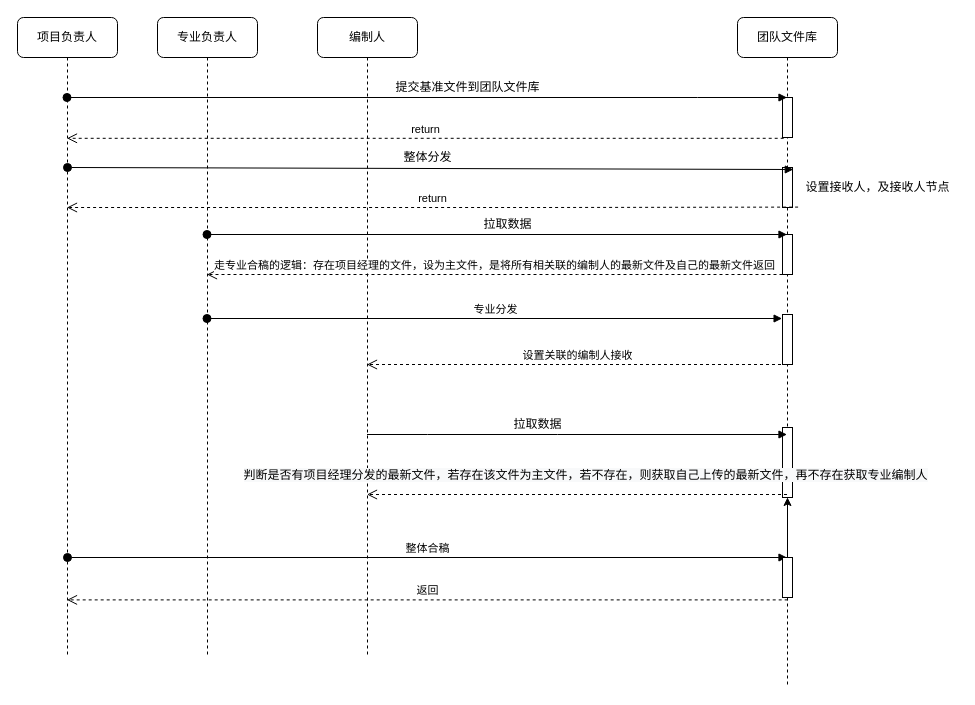
Above: 面试/Untitled Diagram.drawio in 986023997/learn (draw.io), before the change. Source tidied: cells renumbered, new cells numbered last; positions are measured from the earlier drawing's top-left corner, leaving out a move shared by most shapes. Both pictures are drawn from the tidied source at 100%, with x=0, y=0 at pixel (17, 17).
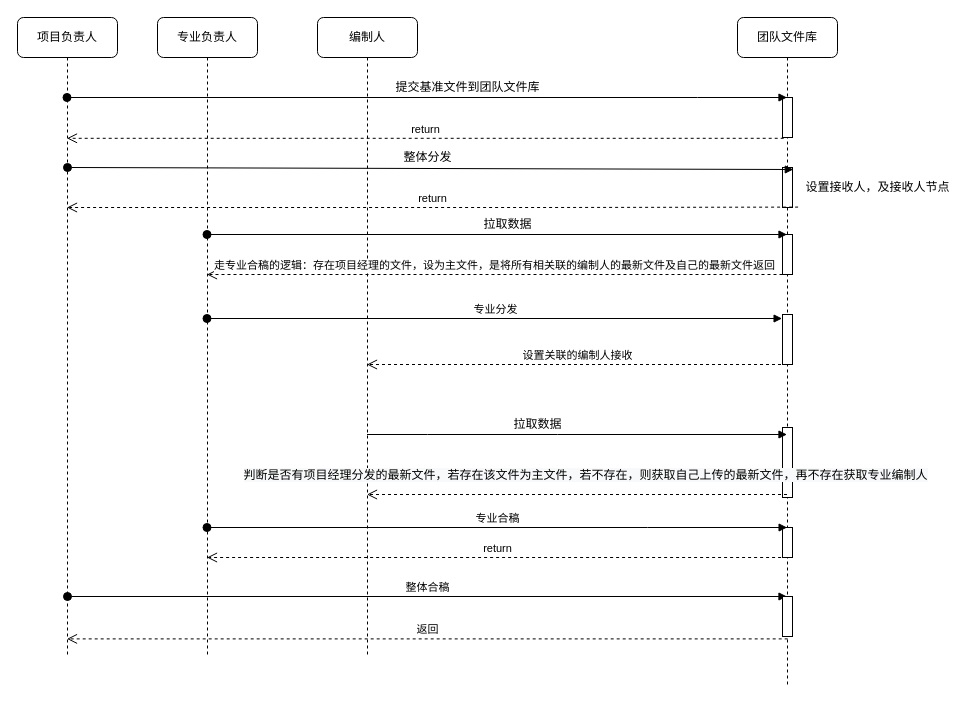
Above is the later version.

Unchanged cells that the change refers to:
```xml
<mxCell id="2" value="专业负责人" style="shape=umlLifeline;perimeter=lifelinePerimeter;whiteSpace=wrap;html=1;outlineConnect=0;rounded=1;shadow=0;comic=0;labelBackgroundColor=none;strokeWidth=1;fontFamily=Verdana;fontSize=12;align=center;" parent="1" vertex="1">
  <mxGeometry x="140" width="100" height="640" as="geometry" />
</mxCell>
<mxCell id="4" value="团队文件库" style="shape=umlLifeline;perimeter=lifelinePerimeter;whiteSpace=wrap;html=1;outlineConnect=0;rounded=1;shadow=0;comic=0;labelBackgroundColor=none;strokeWidth=1;fontFamily=Verdana;fontSize=12;align=center;" parent="1" vertex="1">
  <mxGeometry x="720" width="100" height="670" as="geometry" />
</mxCell>
<mxCell id="9" style="html=1;points=[];perimeter=orthogonalPerimeter;" parent="4" vertex="1">
  <mxGeometry x="45" y="410" width="10" height="70" as="geometry" />
</mxCell>
<mxCell id="10" value="项目负责人" style="shape=umlLifeline;perimeter=lifelinePerimeter;whiteSpace=wrap;html=1;outlineConnect=0;rounded=1;shadow=0;comic=0;labelBackgroundColor=none;strokeWidth=1;fontFamily=Verdana;fontSize=12;align=center;" parent="1" vertex="1">
  <mxGeometry width="100" height="640" as="geometry" />
</mxCell>
```

Diff of the diagram source:
```diff
@@
+    <mxCell id="30" style="html=1;points=[];perimeter=orthogonalPerimeter;" parent="4" vertex="1">
+      <mxGeometry x="45" y="510" width="10" height="30" as="geometry" />
+    </mxCell>
@@
-    <mxCell id="12" value="整体合稿" style="html=1;verticalAlign=bottom;startArrow=oval;startFill=1;endArrow=block;startSize=8;rounded=0;" parent="10" edge="1" target="4">
+    <mxCell id="12" value="整体合稿" style="html=1;verticalAlign=bottom;startArrow=oval;startFill=1;endArrow=block;startSize=8;rounded=0;" parent="10" edge="1">
       <mxGeometry relative="1" as="geometry">
-        <mxPoint x="50" y="540" as="sourcePoint" />
+        <mxPoint x="50" y="579" as="sourcePoint" />
+        <mxPoint x="769.5" y="579" as="targetPoint" />
       </mxGeometry>
     </mxCell>
@@
-    <mxCell id="27" style="edgeStyle=orthogonalEdgeStyle;rounded=0;jettySize=auto;html=1;" parent="1" edge="1" source="28" target="9">
-      <mxGeometry relative="1" as="geometry" />
-    </mxCell>
     <mxCell id="28" style="html=1;points=[];perimeter=orthogonalPerimeter;" parent="1" vertex="1">
-      <mxGeometry x="765" y="540" width="10" height="40" as="geometry" />
+      <mxGeometry x="765" y="579" width="10" height="40" as="geometry" />
     </mxCell>
-    <mxCell id="29" value="返回" style="html=1;verticalAlign=bottom;endArrow=open;dashed=1;endSize=8;rounded=0;exitX=0.52;exitY=1.06;exitDx=0;exitDy=0;exitPerimeter=0;" parent="1" edge="1" source="28" target="10">
-      <mxGeometry relative="1" as="geometry" />
+    <mxCell id="29" value="返回" style="html=1;verticalAlign=bottom;endArrow=open;dashed=1;endSize=8;rounded=0;exitX=0.52;exitY=1.06;exitDx=0;exitDy=0;exitPerimeter=0;" parent="1" edge="1" source="28">
+      <mxGeometry relative="1" as="geometry">
+        <mxPoint x="49.5" y="621.4" as="targetPoint" />
+      </mxGeometry>
     </mxCell>
+    <mxCell id="31" value="专业合稿" style="html=1;verticalAlign=bottom;startArrow=oval;startFill=1;endArrow=block;startSize=8;rounded=0;entryX=0.46;entryY=0;entryDx=0;entryDy=0;entryPerimeter=0;" parent="1" edge="1" source="2" target="30">
+      <mxGeometry relative="1" as="geometry">
+        <Array as="points">
+          <mxPoint x="630" y="510" />
+        </Array>
+      </mxGeometry>
+    </mxCell>
+    <mxCell id="32" value="return" style="html=1;verticalAlign=bottom;endArrow=open;dashed=1;endSize=8;rounded=0;exitX=0.46;exitY=1;exitDx=0;exitDy=0;exitPerimeter=0;" parent="1" edge="1" source="30" target="2">
+      <mxGeometry relative="1" as="geometry">
+        <Array as="points">
+          <mxPoint x="420" y="540" />
+        </Array>
+      </mxGeometry>
+    </mxCell>
```
